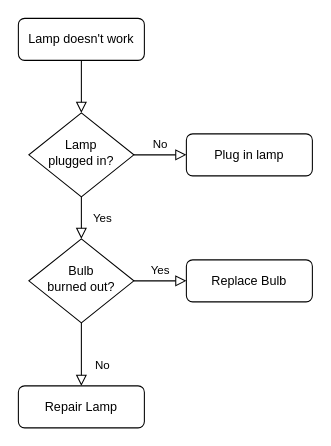
particle-simulation/H24HX3-Fysik-og-Programmering-Josva-Partikel-Simulation keeps this draw.io diagram as Particle Simulation.drawio. Above is the earlier version. Source tidied: cells renumbered, new cells numbered last; positions are measured from the earlier drawing's top-left corner, leaving out a move shared by most shapes. Both pictures are drawn from the tidied source at 105%, with x=0, y=0 at pixel (18, 18).
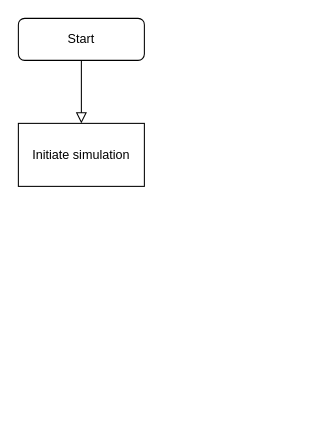
The same page after the edit.

What changed in the source:
```diff
@@
 <mxGraphModel>
   <root>
     <mxCell id="0" />
     <mxCell id="1" parent="0" />
-    <mxCell id="2" style="rounded=0;html=1;jettySize=auto;fontSize=11;endArrow=block;endFill=0;endSize=8;strokeWidth=1;shadow=0;labelBackgroundColor=none;edgeStyle=orthogonalEdgeStyle;" parent="1" edge="1" source="3" target="6">
+    <mxCell id="2" style="rounded=0;html=1;jettySize=auto;fontSize=11;endArrow=block;endFill=0;endSize=8;strokeWidth=1;shadow=0;labelBackgroundColor=none;edgeStyle=orthogonalEdgeStyle;entryX=0.5;entryY=0;entryDx=0;entryDy=0;" parent="1" edge="1" source="3" target="13">
       <mxGeometry relative="1" as="geometry" />
     </mxCell>
-    <mxCell id="3" value="Lamp doesn't work" style="rounded=1;whiteSpace=wrap;html=1;fontSize=12;glass=0;strokeWidth=1;shadow=0;" parent="1" vertex="1">
+    <mxCell id="3" value="Start" style="rounded=1;whiteSpace=wrap;html=1;fontSize=12;glass=0;strokeWidth=1;shadow=0;" parent="1" vertex="1">
       <mxGeometry width="120" height="40" as="geometry" />
     </mxCell>
-    <mxCell id="4" value="Yes" style="rounded=0;html=1;jettySize=auto;fontSize=11;endArrow=block;endFill=0;endSize=8;strokeWidth=1;shadow=0;labelBackgroundColor=none;edgeStyle=orthogonalEdgeStyle;" parent="1" edge="1" source="6" target="10">
-      <mxGeometry y="20" relative="1" as="geometry" />
-    </mxCell>
-    <mxCell id="5" value="No" style="edgeStyle=orthogonalEdgeStyle;rounded=0;html=1;jettySize=auto;fontSize=11;endArrow=block;endFill=0;endSize=8;strokeWidth=1;shadow=0;labelBackgroundColor=none;" parent="1" edge="1" source="6" target="7">
-      <mxGeometry y="10" relative="1" as="geometry" />
-    </mxCell>
-    <mxCell id="6" value="Lamp&lt;br&gt;plugged in?" style="rhombus;whiteSpace=wrap;html=1;shadow=0;fontFamily=Helvetica;fontSize=12;align=center;strokeWidth=1;spacing=6;spacingTop=-4;" parent="1" vertex="1">
-      <mxGeometry x="10" y="90" width="100" height="80" as="geometry" />
-    </mxCell>
-    <mxCell id="7" value="Plug in lamp" style="rounded=1;whiteSpace=wrap;html=1;fontSize=12;glass=0;strokeWidth=1;shadow=0;" parent="1" vertex="1">
-      <mxGeometry x="160" y="110" width="120" height="40" as="geometry" />
-    </mxCell>
-    <mxCell id="8" value="No" style="rounded=0;html=1;jettySize=auto;fontSize=11;endArrow=block;endFill=0;endSize=8;strokeWidth=1;shadow=0;labelBackgroundColor=none;edgeStyle=orthogonalEdgeStyle;" parent="1" edge="1" source="10" target="11">
-      <mxGeometry x="0.33" y="20" relative="1" as="geometry" />
-    </mxCell>
-    <mxCell id="9" value="Yes" style="edgeStyle=orthogonalEdgeStyle;rounded=0;html=1;jettySize=auto;fontSize=11;endArrow=block;endFill=0;endSize=8;strokeWidth=1;shadow=0;labelBackgroundColor=none;" parent="1" edge="1" source="10" target="12">
-      <mxGeometry y="10" relative="1" as="geometry" />
-    </mxCell>
-    <mxCell id="10" value="Bulb&lt;br&gt;burned out?" style="rhombus;whiteSpace=wrap;html=1;shadow=0;fontFamily=Helvetica;fontSize=12;align=center;strokeWidth=1;spacing=6;spacingTop=-4;" parent="1" vertex="1">
-      <mxGeometry x="10" y="210" width="100" height="80" as="geometry" />
-    </mxCell>
-    <mxCell id="11" value="Repair Lamp" style="rounded=1;whiteSpace=wrap;html=1;fontSize=12;glass=0;strokeWidth=1;shadow=0;" parent="1" vertex="1">
-      <mxGeometry y="350" width="120" height="40" as="geometry" />
-    </mxCell>
-    <mxCell id="12" value="Replace Bulb" style="rounded=1;whiteSpace=wrap;html=1;fontSize=12;glass=0;strokeWidth=1;shadow=0;" parent="1" vertex="1">
-      <mxGeometry x="160" y="230" width="120" height="40" as="geometry" />
-    </mxCell>
+    <mxCell id="13" value="Initiate simulation" style="rounded=0;whiteSpace=wrap;html=1;" parent="1" vertex="1">
+      <mxGeometry y="100" width="120" height="60" as="geometry" />
+    </mxCell>
   </root>
 </mxGraphModel>
```
